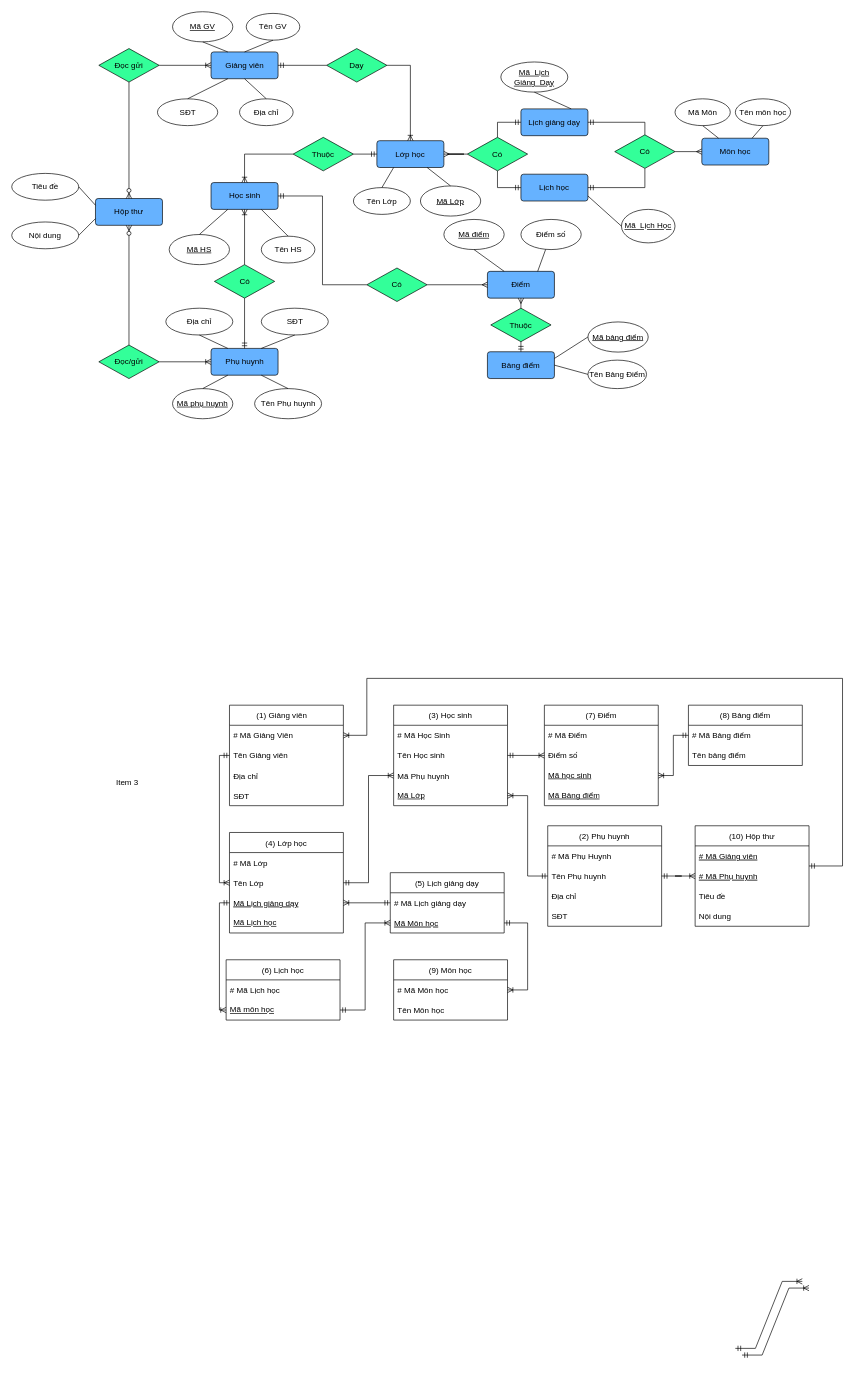
Before: Untitled Diagram.drawio in trungvu267/sunny-page, a draw.io diagram. Source tidied: cells renumbered, new cells numbered last; positions are measured from the earlier drawing's top-left corner, leaving out a move shared by most shapes. Both pictures are drawn from the tidied source at 67%, with x=0, y=0 at pixel (11, 11).
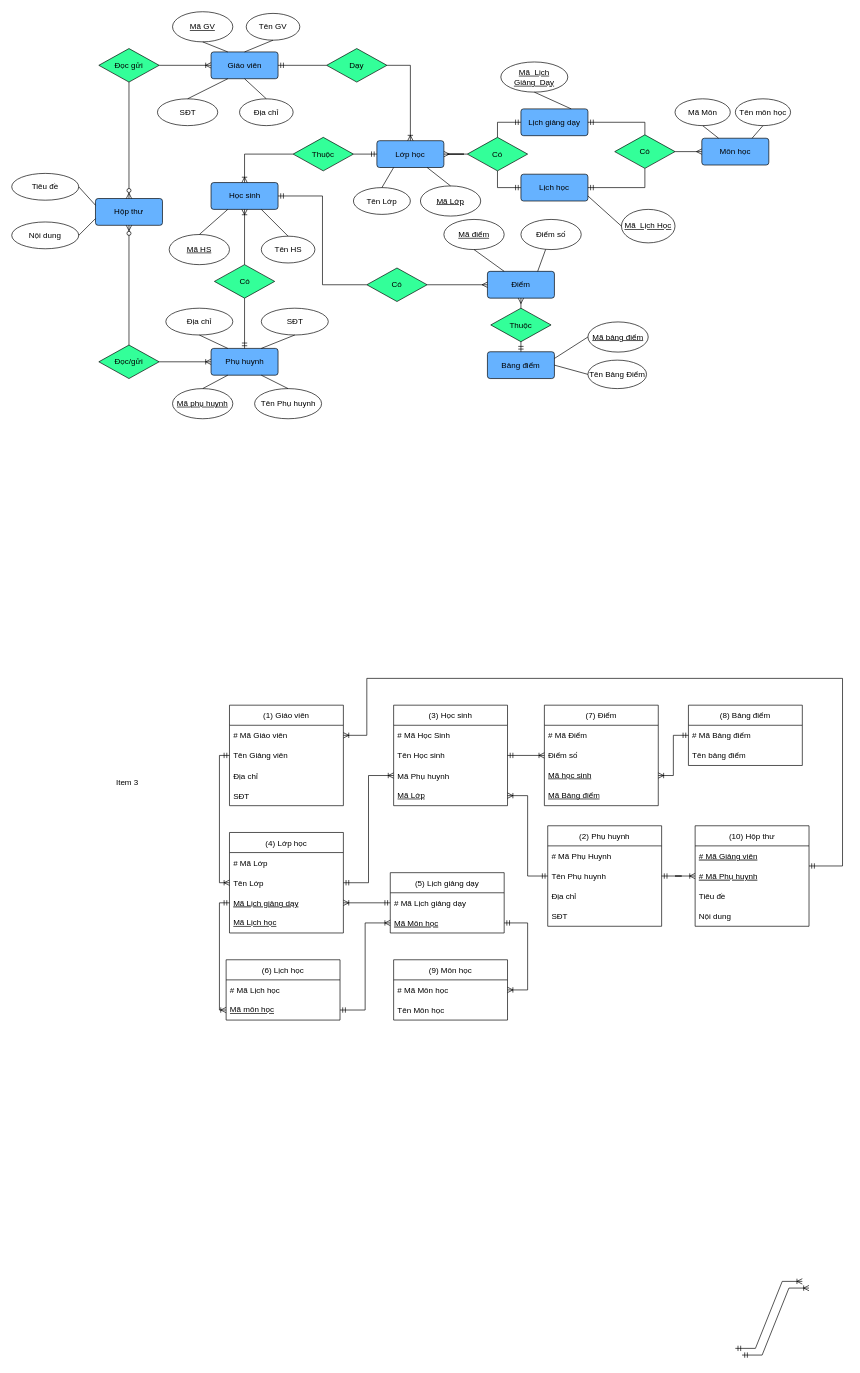
The same page after the edit.

The edit, as a diff of the source:
```diff
@@
-    <mxCell id="4" value="Giảng viên" style="rounded=1;arcSize=10;whiteSpace=wrap;html=1;align=center;fillColor=#66B2FF;" parent="1" vertex="1">
+    <mxCell id="4" value="Giáo viên" style="rounded=1;arcSize=10;whiteSpace=wrap;html=1;align=center;fillColor=#66B2FF;" parent="1" vertex="1">
       <mxGeometry x="297.5" y="60" width="100" height="40" as="geometry" />
     </mxCell>
@@
-    <mxCell id="80" value="(1) Giảng viên    " style="swimlane;fontStyle=0;horizontal=1;startSize=30;" parent="1" vertex="1">
+    <mxCell id="80" value="(1) Giáo viên" style="swimlane;fontStyle=0;horizontal=1;startSize=30;" parent="1" vertex="1">
       <mxGeometry x="325" y="1035" width="170" height="150" as="geometry" />
     </mxCell>
-    <mxCell id="81" value="# Mã Giảng Viên" style="text;strokeColor=none;fillColor=none;align=left;verticalAlign=middle;spacingLeft=4;spacingRight=4;overflow=hidden;points=[[0,0.5],[1,0.5]];portConstraint=eastwest;" parent="80" vertex="1">
+    <mxCell id="81" value="# Mã Giáo viên" style="text;strokeColor=none;fillColor=none;align=left;verticalAlign=middle;spacingLeft=4;spacingRight=4;overflow=hidden;points=[[0,0.5],[1,0.5]];portConstraint=eastwest;" parent="80" vertex="1">
       <mxGeometry y="30" width="170" height="30" as="geometry" />
     </mxCell>
```
